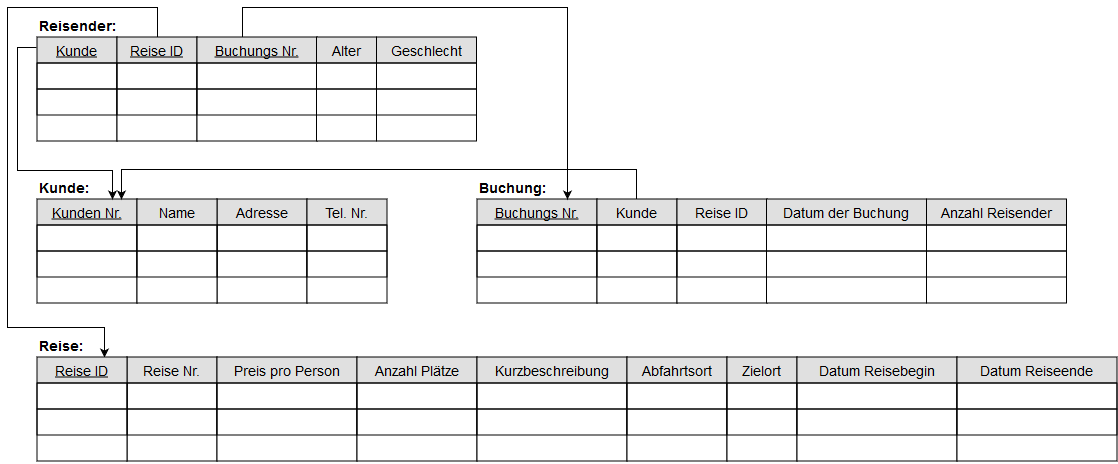
Elbougen/Datenbanksysteme-1_WiSe1819 keeps this draw.io diagram as Tabellen/2_Tabellen_3.png. Above is the earlier version. Source tidied: cells renumbered, new cells last; positions are measured from the earlier drawing's top-left corner, leaving out a move shared by most shapes.
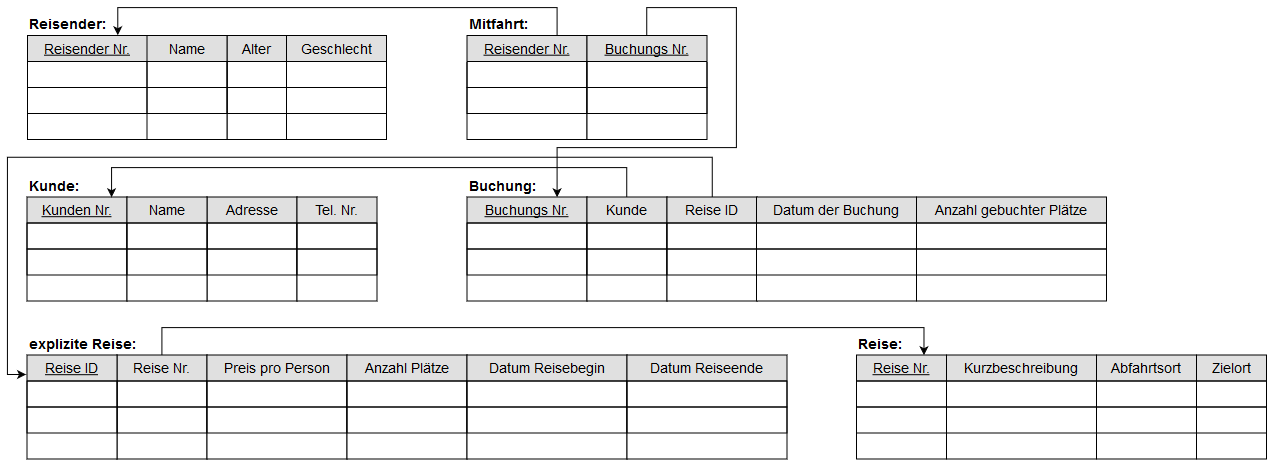
The same file after the commit.

Commit message:
update Praktikum 2 / Tabelle 3

What changed in the source:
```diff
@@ -14,6 +14,14 @@
     <mxCell id="5" value=" " style="text;strokeColor=none;fillColor=none;spacingLeft=4;spacingRight=4;overflow=hidden;fontSize=12;" parent="2" vertex="1">
       <mxGeometry y="78" width="100" height="26" as="geometry" />
     </mxCell>
+    <mxCell id="102" style="edgeStyle=orthogonalEdgeStyle;rounded=0;html=1;exitX=0.5;exitY=0;entryX=0.75;entryY=0;jettySize=auto;" parent="1" edge="1" source="6" target="114">
+      <mxGeometry relative="1" as="geometry">
+        <Array as="points">
+          <mxPoint x="165" y="322" />
+          <mxPoint x="927" y="322" />
+        </Array>
+      </mxGeometry>
+    </mxCell>
     <mxCell id="6" value="Reise Nr." style="swimlane;fontStyle=0;horizontal=1;startSize=26;fillColor=#e0e0e0;swimlaneFillColor=#ffffff;align=center;fontSize=14;" parent="1" vertex="1">
       <mxGeometry x="120.5" y="349.5" width="90" height="104" as="geometry" />
     </mxCell>
@@ -82,6 +90,15 @@
     <mxCell id="26" value=" " style="text;strokeColor=none;fillColor=none;spacingLeft=4;spacingRight=4;overflow=hidden;fontSize=12;" parent="23" vertex="1">
       <mxGeometry y="78" width="80" height="26" as="geometry" />
     </mxCell>
+    <mxCell id="103" style="edgeStyle=orthogonalEdgeStyle;rounded=0;html=1;exitX=0.5;exitY=0;entryX=-0.009;entryY=0.187;entryPerimeter=0;jettySize=auto;" parent="1" edge="1" source="27" target="47">
+      <mxGeometry relative="1" as="geometry">
+        <Array as="points">
+          <mxPoint x="716" y="152" />
+          <mxPoint x="11" y="152" />
+          <mxPoint x="11" y="369" />
+        </Array>
+      </mxGeometry>
+    </mxCell>
     <mxCell id="27" value="Reise ID" style="swimlane;fontStyle=0;horizontal=1;startSize=26;fillColor=#e0e0e0;swimlaneFillColor=#ffffff;align=center;fontSize=14;" parent="1" vertex="1">
       <mxGeometry x="670.5" y="191.5" width="90" height="104" as="geometry" />
     </mxCell>
@@ -106,48 +123,29 @@
     <mxCell id="34" value=" " style="text;strokeColor=none;fillColor=none;spacingLeft=4;spacingRight=4;overflow=hidden;fontSize=12;" parent="31" vertex="1">
       <mxGeometry y="78" width="160" height="26" as="geometry" />
     </mxCell>
-    <mxCell id="35" value="Anzahl Reisender" style="swimlane;fontStyle=0;horizontal=1;startSize=26;fillColor=#e0e0e0;swimlaneFillColor=#ffffff;align=center;fontSize=14;" parent="1" vertex="1">
-      <mxGeometry x="920" y="191.5" width="140" height="104" as="geometry" />
+    <mxCell id="35" value="Anzahl gebuchter Plätze" style="swimlane;fontStyle=0;horizontal=1;startSize=26;fillColor=#e0e0e0;swimlaneFillColor=#ffffff;align=center;fontSize=14;" parent="1" vertex="1">
+      <mxGeometry x="920" y="191.5" width="190" height="104" as="geometry" />
     </mxCell>
     <mxCell id="36" value=" " style="text;strokeColor=#000000;fillColor=none;spacingLeft=4;spacingRight=4;overflow=hidden;fontSize=12;" parent="35" vertex="1">
-      <mxGeometry y="26" width="140" height="26" as="geometry" />
+      <mxGeometry y="26" width="190" height="26" as="geometry" />
     </mxCell>
     <mxCell id="37" value=" " style="text;strokeColor=#000000;fillColor=none;spacingLeft=4;spacingRight=4;overflow=hidden;fontSize=12;" parent="35" vertex="1">
-      <mxGeometry y="52" width="140" height="26" as="geometry" />
+      <mxGeometry y="52" width="190" height="26" as="geometry" />
     </mxCell>
     <mxCell id="38" value=" " style="text;strokeColor=none;fillColor=none;spacingLeft=4;spacingRight=4;overflow=hidden;fontSize=12;" parent="35" vertex="1">
-      <mxGeometry y="78" width="140" height="26" as="geometry" />
+      <mxGeometry y="78" width="190" height="26" as="geometry" />
     </mxCell>
-    <mxCell id="39" style="edgeStyle=orthogonalEdgeStyle;rounded=0;html=1;exitX=-0.01;exitY=0.098;entryX=0.75;entryY=0;jettySize=auto;exitPerimeter=0;" parent="1" edge="1" source="41" target="2">
-      <mxGeometry relative="1" as="geometry">
-        <Array as="points">
-          <mxPoint x="10.5" y="39.5" />
-          <mxPoint x="10.5" y="162.5" />
-          <mxPoint x="105.5" y="162.5" />
-        </Array>
-      </mxGeometry>
-    </mxCell>
-    <mxCell id="40" style="edgeStyle=orthogonalEdgeStyle;rounded=0;html=1;entryX=0.75;entryY=0;jettySize=auto;exitX=0.5;exitY=0;" parent="1" edge="1" source="52" target="47">
-      <mxGeometry relative="1" as="geometry">
-        <Array as="points">
-          <mxPoint x="150.5" y="-0.5" />
-          <mxPoint x="0.5" y="-0.5" />
-          <mxPoint x="0.5" y="319.5" />
-          <mxPoint x="97.5" y="319.5" />
-        </Array>
-      </mxGeometry>
-    </mxCell>
-    <mxCell id="41" value="Kunde" style="swimlane;fontStyle=4;horizontal=1;startSize=26;fillColor=#e0e0e0;swimlaneFillColor=#ffffff;align=center;fontSize=14;" parent="1" vertex="1">
-      <mxGeometry x="30.5" y="29.5" width="80" height="104" as="geometry" />
+    <mxCell id="41" value="Reisender Nr." style="swimlane;fontStyle=4;horizontal=1;startSize=26;fillColor=#e0e0e0;swimlaneFillColor=#ffffff;align=center;fontSize=14;" parent="1" vertex="1">
+      <mxGeometry x="31" y="30" width="120" height="104" as="geometry" />
     </mxCell>
     <mxCell id="42" value=" " style="text;strokeColor=#000000;fillColor=none;spacingLeft=4;spacingRight=4;overflow=hidden;fontSize=12;" parent="41" vertex="1">
-      <mxGeometry y="26" width="80" height="26" as="geometry" />
+      <mxGeometry y="26" width="120" height="26" as="geometry" />
     </mxCell>
     <mxCell id="43" value=" " style="text;strokeColor=#000000;fillColor=none;spacingLeft=4;spacingRight=4;overflow=hidden;fontSize=12;" parent="41" vertex="1">
-      <mxGeometry y="52" width="80" height="26" as="geometry" />
+      <mxGeometry y="52" width="120" height="26" as="geometry" />
     </mxCell>
     <mxCell id="44" value=" " style="text;strokeColor=none;fillColor=none;spacingLeft=4;spacingRight=4;overflow=hidden;fontSize=12;" parent="41" vertex="1">
-      <mxGeometry y="78" width="80" height="26" as="geometry" />
+      <mxGeometry y="78" width="120" height="26" as="geometry" />
     </mxCell>
     <mxCell id="45" value="&lt;b&gt;&lt;font style=&quot;font-size: 14px&quot;&gt;Kunde:&lt;/font&gt;&lt;/b&gt;" style="text;html=1;align=left;verticalAlign=top;spacingTop=-4;" parent="1" vertex="1">
       <mxGeometry x="30.5" y="171.5" width="70" height="20" as="geometry" />
@@ -170,43 +168,11 @@
     <mxCell id="51" value="&lt;b&gt;&lt;font style=&quot;font-size: 14px&quot;&gt;Reisender:&lt;/font&gt;&lt;/b&gt;" style="text;html=1;align=left;verticalAlign=top;spacingTop=-4;" parent="1" vertex="1">
       <mxGeometry x="30.5" y="9.5" width="90" height="20" as="geometry" />
     </mxCell>
-    <mxCell id="52" value="Reise ID" style="swimlane;fontStyle=4;horizontal=1;startSize=26;fillColor=#e0e0e0;swimlaneFillColor=#ffffff;align=center;fontSize=14;" parent="1" vertex="1">
-      <mxGeometry x="110.5" y="29.5" width="80" height="104" as="geometry" />
-    </mxCell>
-    <mxCell id="53" value=" " style="text;strokeColor=#000000;fillColor=none;spacingLeft=4;spacingRight=4;overflow=hidden;fontSize=12;" parent="52" vertex="1">
-      <mxGeometry y="26" width="80" height="26" as="geometry" />
-    </mxCell>
-    <mxCell id="54" value=" " style="text;strokeColor=#000000;fillColor=none;spacingLeft=4;spacingRight=4;overflow=hidden;fontSize=12;" parent="52" vertex="1">
-      <mxGeometry y="52" width="80" height="26" as="geometry" />
-    </mxCell>
-    <mxCell id="55" value=" " style="text;strokeColor=none;fillColor=none;spacingLeft=4;spacingRight=4;overflow=hidden;fontSize=12;" parent="52" vertex="1">
-      <mxGeometry y="78" width="80" height="26" as="geometry" />
-    </mxCell>
-    <mxCell id="56" style="edgeStyle=orthogonalEdgeStyle;rounded=0;html=1;exitX=0.5;exitY=0;jettySize=auto;entryX=0.75;entryY=0;" parent="1" edge="1" source="57" target="18">
-      <mxGeometry relative="1" as="geometry">
-        <Array as="points">
-          <mxPoint x="235.5" y="-0.5" />
-          <mxPoint x="560.5" y="-0.5" />
-        </Array>
-      </mxGeometry>
-    </mxCell>
-    <mxCell id="57" value="Buchungs Nr." style="swimlane;fontStyle=4;horizontal=1;startSize=26;fillColor=#e0e0e0;swimlaneFillColor=#ffffff;align=center;fontSize=14;" parent="1" vertex="1">
-      <mxGeometry x="190.5" y="29.5" width="120" height="104" as="geometry" />
-    </mxCell>
-    <mxCell id="58" value=" " style="text;strokeColor=#000000;fillColor=none;spacingLeft=4;spacingRight=4;overflow=hidden;fontSize=12;" parent="57" vertex="1">
-      <mxGeometry y="26" width="120" height="26" as="geometry" />
-    </mxCell>
-    <mxCell id="59" value=" " style="text;strokeColor=#000000;fillColor=none;spacingLeft=4;spacingRight=4;overflow=hidden;fontSize=12;" parent="57" vertex="1">
-      <mxGeometry y="52" width="120" height="26" as="geometry" />
-    </mxCell>
-    <mxCell id="60" value=" " style="text;strokeColor=none;fillColor=none;spacingLeft=4;spacingRight=4;overflow=hidden;fontSize=12;" parent="57" vertex="1">
-      <mxGeometry y="78" width="120" height="26" as="geometry" />
-    </mxCell>
-    <mxCell id="61" value="&lt;b&gt;&lt;font style=&quot;font-size: 14px&quot;&gt;Reise:&lt;/font&gt;&lt;/b&gt;" style="text;html=1;align=left;verticalAlign=top;spacingTop=-4;" parent="1" vertex="1">
-      <mxGeometry x="30.5" y="329.5" width="60" height="20" as="geometry" />
+    <mxCell id="61" value="&lt;b&gt;&lt;font style=&quot;font-size: 14px&quot;&gt;explizite Reise:&lt;/font&gt;&lt;/b&gt;" style="text;html=1;align=left;verticalAlign=top;spacingTop=-4;" parent="1" vertex="1">
+      <mxGeometry x="30.5" y="329.5" width="120" height="20" as="geometry" />
     </mxCell>
     <mxCell id="62" value="Alter" style="swimlane;fontStyle=0;horizontal=1;startSize=26;fillColor=#e0e0e0;swimlaneFillColor=#ffffff;align=center;fontSize=14;" parent="1" vertex="1">
-      <mxGeometry x="310" y="29.5" width="60" height="104" as="geometry" />
+      <mxGeometry x="230.5" y="30" width="60" height="104" as="geometry" />
     </mxCell>
     <mxCell id="63" value=" " style="text;strokeColor=#000000;fillColor=none;spacingLeft=4;spacingRight=4;overflow=hidden;fontSize=12;" parent="62" vertex="1">
       <mxGeometry y="26" width="60" height="26" as="geometry" />
@@ -218,7 +184,7 @@
       <mxGeometry y="78" width="60" height="26" as="geometry" />
     </mxCell>
     <mxCell id="66" value="Geschlecht" style="swimlane;fontStyle=0;horizontal=1;startSize=26;fillColor=#e0e0e0;swimlaneFillColor=#ffffff;align=center;fontSize=14;" parent="1" vertex="1">
-      <mxGeometry x="370" y="29.5" width="100" height="104" as="geometry" />
+      <mxGeometry x="290" y="30" width="100" height="104" as="geometry" />
     </mxCell>
     <mxCell id="67" value=" " style="text;strokeColor=#000000;fillColor=none;spacingLeft=4;spacingRight=4;overflow=hidden;fontSize=12;" parent="66" vertex="1">
       <mxGeometry y="26" width="100" height="26" as="geometry" />
@@ -266,7 +232,7 @@
       <mxGeometry y="78" width="120" height="26" as="geometry" />
     </mxCell>
     <mxCell id="82" value="Kurzbeschreibung" style="swimlane;fontStyle=0;horizontal=1;startSize=26;fillColor=#e0e0e0;swimlaneFillColor=#ffffff;align=center;fontSize=14;" parent="1" vertex="1">
-      <mxGeometry x="470.5" y="349.5" width="150" height="104" as="geometry" />
+      <mxGeometry x="950" y="349.5" width="150" height="104" as="geometry" />
     </mxCell>
     <mxCell id="83" value=" " style="text;strokeColor=#000000;fillColor=none;spacingLeft=4;spacingRight=4;overflow=hidden;fontSize=12;" parent="82" vertex="1">
       <mxGeometry y="26" width="150" height="26" as="geometry" />
@@ -278,7 +244,7 @@
       <mxGeometry y="78" width="150" height="26" as="geometry" />
     </mxCell>
     <mxCell id="86" value="Abfahrtsort" style="swimlane;fontStyle=0;horizontal=1;startSize=26;fillColor=#e0e0e0;swimlaneFillColor=#ffffff;align=center;fontSize=14;" parent="1" vertex="1">
-      <mxGeometry x="620.5" y="349.5" width="100" height="104" as="geometry" />
+      <mxGeometry x="1100" y="349.5" width="100" height="104" as="geometry" />
     </mxCell>
     <mxCell id="87" value=" " style="text;strokeColor=#000000;fillColor=none;spacingLeft=4;spacingRight=4;overflow=hidden;fontSize=12;" parent="86" vertex="1">
       <mxGeometry y="26" width="100" height="26" as="geometry" />
@@ -290,7 +256,7 @@
       <mxGeometry y="78" width="100" height="26" as="geometry" />
     </mxCell>
     <mxCell id="90" value="Zielort" style="swimlane;fontStyle=0;horizontal=1;startSize=26;fillColor=#e0e0e0;swimlaneFillColor=#ffffff;align=center;fontSize=14;" parent="1" vertex="1">
-      <mxGeometry x="720.5" y="349.5" width="70" height="104" as="geometry" />
+      <mxGeometry x="1200" y="349.5" width="70" height="104" as="geometry" />
     </mxCell>
     <mxCell id="91" value=" " style="text;strokeColor=#000000;fillColor=none;spacingLeft=4;spacingRight=4;overflow=hidden;fontSize=12;" parent="90" vertex="1">
       <mxGeometry y="26" width="70" height="26" as="geometry" />
@@ -302,7 +268,7 @@
       <mxGeometry y="78" width="70" height="26" as="geometry" />
     </mxCell>
     <mxCell id="94" value="Datum Reisebegin" style="swimlane;fontStyle=0;horizontal=1;startSize=26;fillColor=#e0e0e0;swimlaneFillColor=#ffffff;align=center;fontSize=14;" parent="1" vertex="1">
-      <mxGeometry x="790.5" y="349.5" width="160" height="104" as="geometry" />
+      <mxGeometry x="470.5" y="349.5" width="160" height="104" as="geometry" />
     </mxCell>
     <mxCell id="95" value=" " style="text;strokeColor=#000000;fillColor=none;spacingLeft=4;spacingRight=4;overflow=hidden;fontSize=12;" parent="94" vertex="1">
       <mxGeometry y="26" width="160" height="26" as="geometry" />
@@ -314,7 +280,7 @@
       <mxGeometry y="78" width="160" height="26" as="geometry" />
     </mxCell>
     <mxCell id="98" value="Datum Reiseende" style="swimlane;fontStyle=0;horizontal=1;startSize=26;fillColor=#e0e0e0;swimlaneFillColor=#ffffff;align=center;fontSize=14;" parent="1" vertex="1">
-      <mxGeometry x="950.5" y="349.5" width="160" height="104" as="geometry" />
+      <mxGeometry x="630.5" y="349.5" width="160" height="104" as="geometry" />
     </mxCell>
     <mxCell id="99" value=" " style="text;strokeColor=#000000;fillColor=none;spacingLeft=4;spacingRight=4;overflow=hidden;fontSize=12;" parent="98" vertex="1">
       <mxGeometry y="26" width="160" height="26" as="geometry" />
@@ -325,5 +291,77 @@
     <mxCell id="101" value=" " style="text;strokeColor=none;fillColor=none;spacingLeft=4;spacingRight=4;overflow=hidden;fontSize=12;" parent="98" vertex="1">
       <mxGeometry y="78" width="160" height="26" as="geometry" />
     </mxCell>
+    <mxCell id="104" value="Name" style="swimlane;fontStyle=0;horizontal=1;startSize=26;fillColor=#e0e0e0;swimlaneFillColor=#ffffff;align=center;fontSize=14;" parent="1" vertex="1">
+      <mxGeometry x="150.5" y="30" width="80" height="104" as="geometry" />
+    </mxCell>
+    <mxCell id="53" value=" " style="text;strokeColor=#000000;fillColor=none;spacingLeft=4;spacingRight=4;overflow=hidden;fontSize=12;" parent="104" vertex="1">
+      <mxGeometry y="26" width="80" height="26" as="geometry" />
+    </mxCell>
+    <mxCell id="54" value=" " style="text;strokeColor=#000000;fillColor=none;spacingLeft=4;spacingRight=4;overflow=hidden;fontSize=12;" parent="104" vertex="1">
+      <mxGeometry y="52" width="80" height="26" as="geometry" />
+    </mxCell>
+    <mxCell id="55" value=" " style="text;strokeColor=none;fillColor=none;spacingLeft=4;spacingRight=4;overflow=hidden;fontSize=12;" parent="104" vertex="1">
+      <mxGeometry y="78" width="80" height="26" as="geometry" />
+    </mxCell>
+    <mxCell id="105" style="edgeStyle=orthogonalEdgeStyle;rounded=0;html=1;exitX=0.75;exitY=0;entryX=0.75;entryY=0;jettySize=auto;" parent="1" edge="1" source="106" target="41">
+      <mxGeometry relative="1" as="geometry">
+        <Array as="points">
+          <mxPoint x="560" y="2" />
+          <mxPoint x="121" y="2" />
+        </Array>
+      </mxGeometry>
+    </mxCell>
+    <mxCell id="106" value="Reisender Nr." style="swimlane;fontStyle=4;horizontal=1;startSize=26;fillColor=#e0e0e0;swimlaneFillColor=#ffffff;align=center;fontSize=14;" parent="1" vertex="1">
+      <mxGeometry x="470.5" y="30" width="120" height="104" as="geometry" />
+    </mxCell>
+    <mxCell id="107" value=" " style="text;strokeColor=#000000;fillColor=none;spacingLeft=4;spacingRight=4;overflow=hidden;fontSize=12;" parent="106" vertex="1">
+      <mxGeometry y="26" width="120" height="26" as="geometry" />
+    </mxCell>
+    <mxCell id="108" value=" " style="text;strokeColor=#000000;fillColor=none;spacingLeft=4;spacingRight=4;overflow=hidden;fontSize=12;" parent="106" vertex="1">
+      <mxGeometry y="52" width="120" height="26" as="geometry" />
+    </mxCell>
+    <mxCell id="109" value=" " style="text;strokeColor=none;fillColor=none;spacingLeft=4;spacingRight=4;overflow=hidden;fontSize=12;" parent="106" vertex="1">
+      <mxGeometry y="78" width="120" height="26" as="geometry" />
+    </mxCell>
+    <mxCell id="56" style="edgeStyle=orthogonalEdgeStyle;rounded=0;html=1;exitX=0.5;exitY=0;jettySize=auto;entryX=0.75;entryY=0;" parent="1" edge="1" source="57" target="18">
+      <mxGeometry relative="1" as="geometry">
+        <Array as="points">
+          <mxPoint x="651" y="2" />
+          <mxPoint x="740" y="2" />
+          <mxPoint x="740" y="142" />
+          <mxPoint x="560" y="142" />
+        </Array>
+      </mxGeometry>
+    </mxCell>
+    <mxCell id="57" value="Buchungs Nr." style="swimlane;fontStyle=4;horizontal=1;startSize=26;fillColor=#e0e0e0;swimlaneFillColor=#ffffff;align=center;fontSize=14;" parent="1" vertex="1">
+      <mxGeometry x="590.5" y="30" width="120" height="104" as="geometry" />
+    </mxCell>
+    <mxCell id="110" value=" " style="text;strokeColor=#000000;fillColor=none;spacingLeft=4;spacingRight=4;overflow=hidden;fontSize=12;" parent="57" vertex="1">
+      <mxGeometry y="26" width="120" height="26" as="geometry" />
+    </mxCell>
+    <mxCell id="111" value=" " style="text;strokeColor=#000000;fillColor=none;spacingLeft=4;spacingRight=4;overflow=hidden;fontSize=12;" parent="57" vertex="1">
+      <mxGeometry y="52" width="120" height="26" as="geometry" />
+    </mxCell>
+    <mxCell id="112" value=" " style="text;strokeColor=none;fillColor=none;spacingLeft=4;spacingRight=4;overflow=hidden;fontSize=12;" parent="57" vertex="1">
+      <mxGeometry y="78" width="120" height="26" as="geometry" />
+    </mxCell>
+    <mxCell id="113" value="&lt;b&gt;&lt;font style=&quot;font-size: 14px&quot;&gt;Mitfahrt:&lt;/font&gt;&lt;/b&gt;" style="text;html=1;align=left;verticalAlign=top;spacingTop=-4;" parent="1" vertex="1">
+      <mxGeometry x="470.5" y="9.5" width="70" height="20" as="geometry" />
+    </mxCell>
+    <mxCell id="114" value="Reise Nr." style="swimlane;fontStyle=4;horizontal=1;startSize=26;fillColor=#e0e0e0;swimlaneFillColor=#ffffff;align=center;fontSize=14;" parent="1" vertex="1">
+      <mxGeometry x="860" y="349.5" width="90" height="104" as="geometry" />
+    </mxCell>
+    <mxCell id="115" value=" " style="text;strokeColor=#000000;fillColor=none;spacingLeft=4;spacingRight=4;overflow=hidden;fontSize=12;" parent="114" vertex="1">
+      <mxGeometry y="26" width="90" height="26" as="geometry" />
+    </mxCell>
+    <mxCell id="116" value=" " style="text;strokeColor=#000000;fillColor=none;spacingLeft=4;spacingRight=4;overflow=hidden;fontSize=12;" parent="114" vertex="1">
+      <mxGeometry y="52" width="90" height="26" as="geometry" />
+    </mxCell>
+    <mxCell id="117" value=" " style="text;strokeColor=none;fillColor=none;spacingLeft=4;spacingRight=4;overflow=hidden;fontSize=12;" parent="114" vertex="1">
+      <mxGeometry y="78" width="90" height="26" as="geometry" />
+    </mxCell>
+    <mxCell id="118" value="&lt;b&gt;&lt;font style=&quot;font-size: 14px&quot;&gt;Reise:&lt;/font&gt;&lt;/b&gt;" style="text;html=1;align=left;verticalAlign=top;spacingTop=-4;" parent="1" vertex="1">
+      <mxGeometry x="860" y="329.5" width="60" height="20" as="geometry" />
+    </mxCell>
   </root>
 </mxGraphModel>
```
